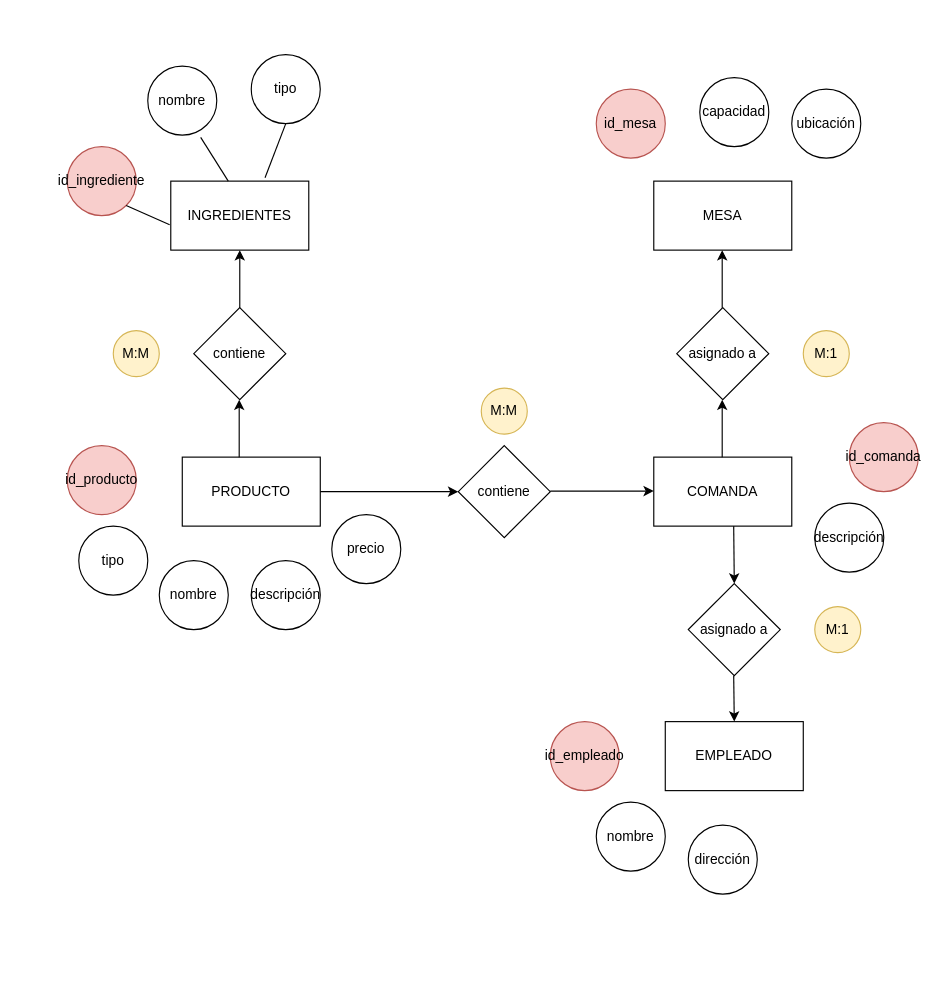
mikelalda/DB_restaurante keeps this draw.io diagram as Comandas.drawio. Above is the earlier version. Source tidied: cells renumbered, new cells numbered last; positions are measured from the earlier drawing's top-left corner, leaving out a move shared by most shapes. Both pictures are drawn from the tidied source at 115%, with x=0, y=0 at pixel (67, 54).
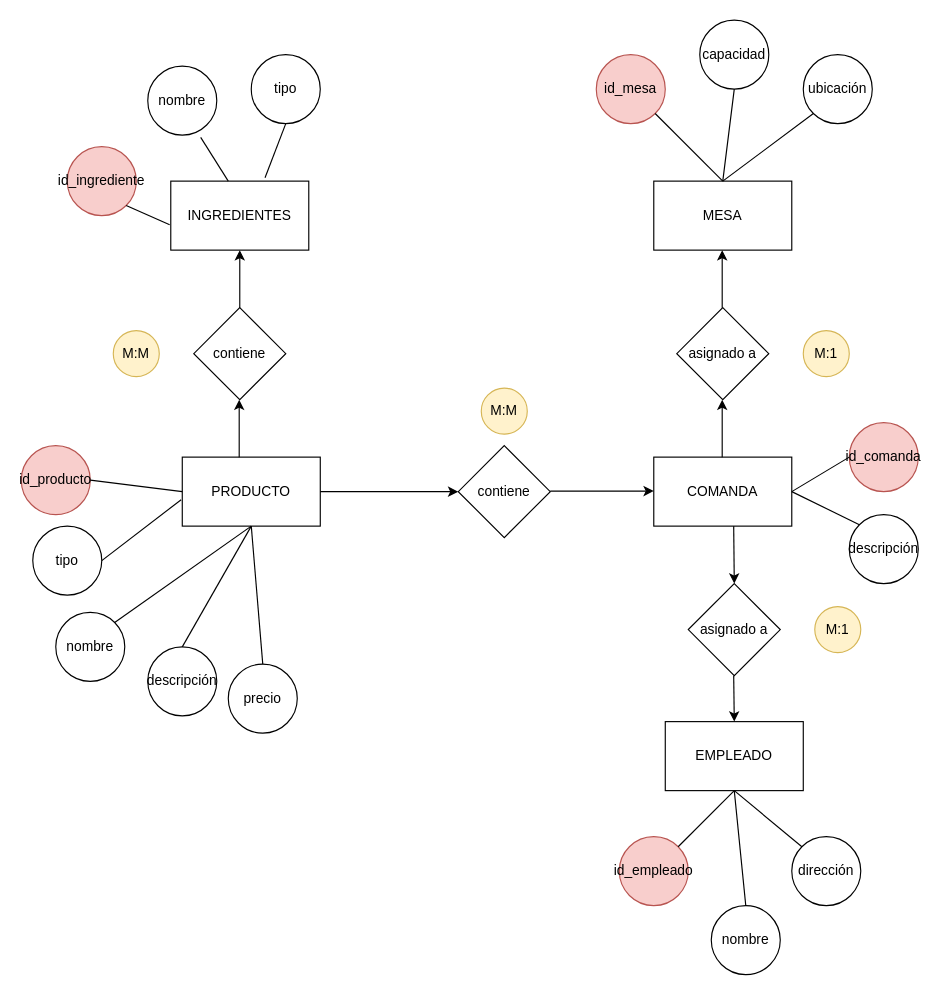
The same diagram, later.

The change refers to these unchanged cells:
```xml
<mxCell id="3" value="PRODUCTO" style="rounded=0;whiteSpace=wrap;html=1;" parent="1" vertex="1">
  <mxGeometry x="100" y="350" width="120" height="60" as="geometry" />
</mxCell>
<mxCell id="4" value="EMPLEADO" style="rounded=0;whiteSpace=wrap;html=1;" parent="1" vertex="1">
  <mxGeometry x="520" y="580" width="120" height="60" as="geometry" />
</mxCell>
<mxCell id="5" value="MESA" style="rounded=0;whiteSpace=wrap;html=1;" parent="1" vertex="1">
  <mxGeometry x="510" y="110" width="120" height="60" as="geometry" />
</mxCell>
<mxCell id="6" value="COMANDA" style="rounded=0;whiteSpace=wrap;html=1;" parent="1" vertex="1">
  <mxGeometry x="510" y="350" width="120" height="60" as="geometry" />
</mxCell>
<mxCell id="34" value="id_comanda" style="ellipse;whiteSpace=wrap;html=1;fillColor=#f8cecc;strokeColor=#b85450;" parent="1" vertex="1">
  <mxGeometry x="680" y="320" width="60" height="60" as="geometry" />
</mxCell>
```

The edit, as a diff of the source:
```diff
@@
     <mxCell id="23" value="id_producto" style="ellipse;whiteSpace=wrap;html=1;fillColor=#f8cecc;strokeColor=#b85450;" parent="1" vertex="1">
-      <mxGeometry y="340" width="60" height="60" as="geometry" />
+      <mxGeometry x="-40" y="340" width="60" height="60" as="geometry" />
     </mxCell>
     <mxCell id="24" value="tipo" style="ellipse;whiteSpace=wrap;html=1;" parent="1" vertex="1">
-      <mxGeometry x="10" y="410" width="60" height="60" as="geometry" />
+      <mxGeometry x="-30" y="410" width="60" height="60" as="geometry" />
     </mxCell>
     <mxCell id="25" value="nombre" style="ellipse;whiteSpace=wrap;html=1;" parent="1" vertex="1">
-      <mxGeometry x="80" y="440" width="60" height="60" as="geometry" />
+      <mxGeometry x="-10" y="485" width="60" height="60" as="geometry" />
     </mxCell>
     <mxCell id="26" value="descripción" style="ellipse;whiteSpace=wrap;html=1;" parent="1" vertex="1">
-      <mxGeometry x="160" y="440" width="60" height="60" as="geometry" />
+      <mxGeometry x="70" y="515" width="60" height="60" as="geometry" />
     </mxCell>
     <mxCell id="27" value="id_mesa" style="ellipse;whiteSpace=wrap;html=1;fillColor=#f8cecc;strokeColor=#b85450;" parent="1" vertex="1">
-      <mxGeometry x="460" y="30" width="60" height="60" as="geometry" />
+      <mxGeometry x="460" width="60" height="60" as="geometry" />
     </mxCell>
@@
     <mxCell id="31" value="capacidad" style="ellipse;whiteSpace=wrap;html=1;" parent="1" vertex="1">
-      <mxGeometry x="550" y="20" width="60" height="60" as="geometry" />
+      <mxGeometry x="550" y="-30" width="60" height="60" as="geometry" />
     </mxCell>
     <mxCell id="32" value="id_empleado" style="ellipse;whiteSpace=wrap;html=1;fillColor=#f8cecc;strokeColor=#b85450;" parent="1" vertex="1">
-      <mxGeometry x="420" y="580" width="60" height="60" as="geometry" />
+      <mxGeometry x="480" y="680" width="60" height="60" as="geometry" />
     </mxCell>
     <mxCell id="33" value="descripción" style="ellipse;whiteSpace=wrap;html=1;" parent="1" vertex="1">
-      <mxGeometry x="650" y="390" width="60" height="60" as="geometry" />
+      <mxGeometry x="680" y="400" width="60" height="60" as="geometry" />
     </mxCell>
@@
     <mxCell id="35" value="nombre" style="ellipse;whiteSpace=wrap;html=1;" parent="1" vertex="1">
-      <mxGeometry x="460" y="650" width="60" height="60" as="geometry" />
+      <mxGeometry x="560" y="740" width="60" height="60" as="geometry" />
     </mxCell>
     <mxCell id="36" value="dirección" style="ellipse;whiteSpace=wrap;html=1;" parent="1" vertex="1">
-      <mxGeometry x="540" y="670" width="60" height="60" as="geometry" />
+      <mxGeometry x="630" y="680" width="60" height="60" as="geometry" />
     </mxCell>
     <mxCell id="37" value="precio" style="ellipse;whiteSpace=wrap;html=1;" parent="1" vertex="1">
-      <mxGeometry x="230" y="400" width="60" height="60" as="geometry" />
+      <mxGeometry x="140" y="530" width="60" height="60" as="geometry" />
     </mxCell>
     <mxCell id="38" value="ubicación" style="ellipse;whiteSpace=wrap;html=1;" parent="1" vertex="1">
-      <mxGeometry x="630" y="30" width="60" height="60" as="geometry" />
+      <mxGeometry x="640" width="60" height="60" as="geometry" />
     </mxCell>
@@
+    <mxCell id="42" style="endArrow=none;html=1;rounded=0;entryX=0.5;entryY=1;entryDx=0;entryDy=0;exitX=0.5;exitY=0;exitDx=0;exitDy=0;" parent="1" edge="1" source="37" target="3">
+      <mxGeometry relative="1" as="geometry" />
+    </mxCell>
+    <mxCell id="43" style="endArrow=none;html=1;rounded=0;exitX=0.5;exitY=0;exitDx=0;exitDy=0;" parent="1" edge="1" source="26">
+      <mxGeometry relative="1" as="geometry">
+        <mxPoint x="160" y="410" as="targetPoint" />
+      </mxGeometry>
+    </mxCell>
+    <mxCell id="44" style="endArrow=none;html=1;rounded=0;exitX=1;exitY=0;exitDx=0;exitDy=0;" parent="1" edge="1" source="25">
+      <mxGeometry relative="1" as="geometry">
+        <mxPoint x="160" y="410" as="targetPoint" />
+      </mxGeometry>
+    </mxCell>
+    <mxCell id="45" style="endArrow=none;html=1;rounded=0;entryX=1;entryY=0.5;entryDx=0;entryDy=0;exitX=0;exitY=0.5;exitDx=0;exitDy=0;" parent="1" edge="1" source="3" target="23">
+      <mxGeometry relative="1" as="geometry" />
+    </mxCell>
+    <mxCell id="46" style="endArrow=none;html=1;rounded=0;entryX=1;entryY=0.5;entryDx=0;entryDy=0;exitX=-0.008;exitY=0.617;exitDx=0;exitDy=0;exitPerimeter=0;" parent="1" edge="1" source="3" target="24">
+      <mxGeometry relative="1" as="geometry" />
+    </mxCell>
+    <mxCell id="47" style="endArrow=none;html=1;rounded=0;entryX=1;entryY=1;entryDx=0;entryDy=0;exitX=0.5;exitY=0;exitDx=0;exitDy=0;" parent="1" edge="1" source="5" target="27">
+      <mxGeometry relative="1" as="geometry" />
+    </mxCell>
+    <mxCell id="48" style="endArrow=none;html=1;rounded=0;entryX=0.5;entryY=1;entryDx=0;entryDy=0;exitX=0.5;exitY=0;exitDx=0;exitDy=0;" parent="1" edge="1" source="5" target="31">
+      <mxGeometry relative="1" as="geometry" />
+    </mxCell>
+    <mxCell id="49" style="endArrow=none;html=1;rounded=0;entryX=0;entryY=1;entryDx=0;entryDy=0;exitX=0.5;exitY=0;exitDx=0;exitDy=0;" parent="1" edge="1" source="5" target="38">
+      <mxGeometry relative="1" as="geometry" />
+    </mxCell>
+    <mxCell id="50" style="endArrow=none;html=1;rounded=0;entryX=0;entryY=0.5;entryDx=0;entryDy=0;exitX=1;exitY=0.5;exitDx=0;exitDy=0;" parent="1" edge="1" source="6" target="34">
+      <mxGeometry relative="1" as="geometry" />
+    </mxCell>
+    <mxCell id="51" style="endArrow=none;html=1;rounded=0;entryX=0;entryY=0;entryDx=0;entryDy=0;exitX=1;exitY=0.5;exitDx=0;exitDy=0;" parent="1" edge="1" source="6" target="33">
+      <mxGeometry relative="1" as="geometry" />
+    </mxCell>
+    <mxCell id="52" style="endArrow=none;html=1;rounded=0;entryX=0.5;entryY=1;entryDx=0;entryDy=0;exitX=1;exitY=0;exitDx=0;exitDy=0;" parent="1" edge="1" source="32" target="4">
+      <mxGeometry relative="1" as="geometry" />
+    </mxCell>
+    <mxCell id="53" style="endArrow=none;html=1;rounded=0;entryX=0.5;entryY=1;entryDx=0;entryDy=0;exitX=0.5;exitY=0;exitDx=0;exitDy=0;" parent="1" edge="1" source="35" target="4">
+      <mxGeometry relative="1" as="geometry" />
+    </mxCell>
+    <mxCell id="54" style="endArrow=none;html=1;rounded=0;entryX=0.5;entryY=1;entryDx=0;entryDy=0;exitX=0;exitY=0;exitDx=0;exitDy=0;" parent="1" edge="1" source="36" target="4">
+      <mxGeometry relative="1" as="geometry" />
+    </mxCell>
```
